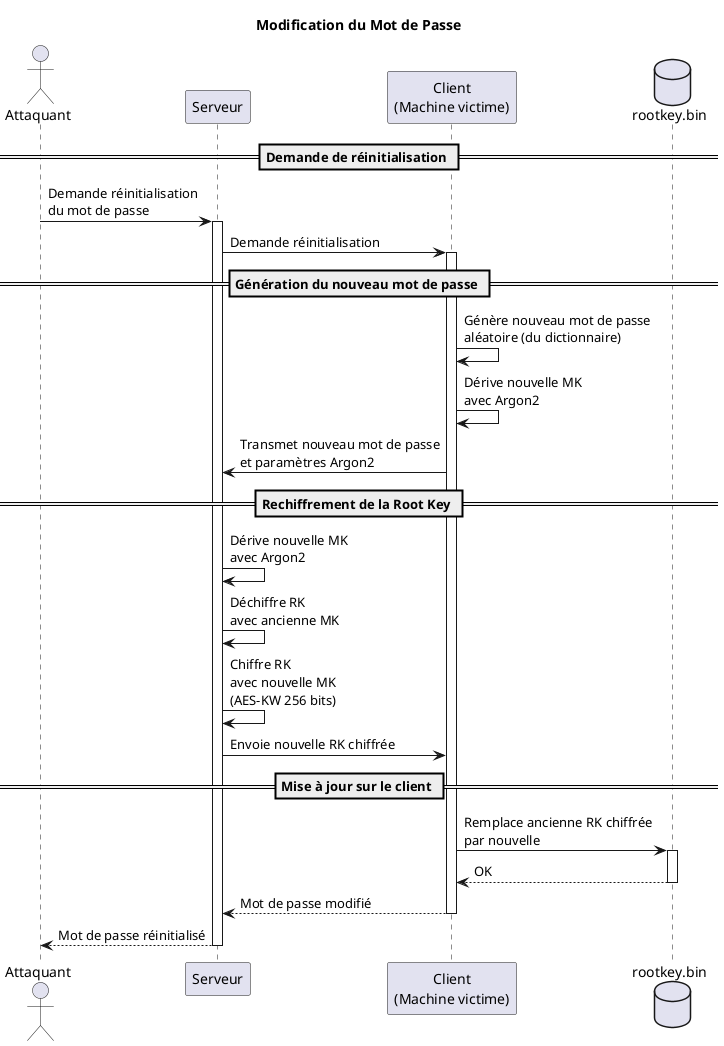
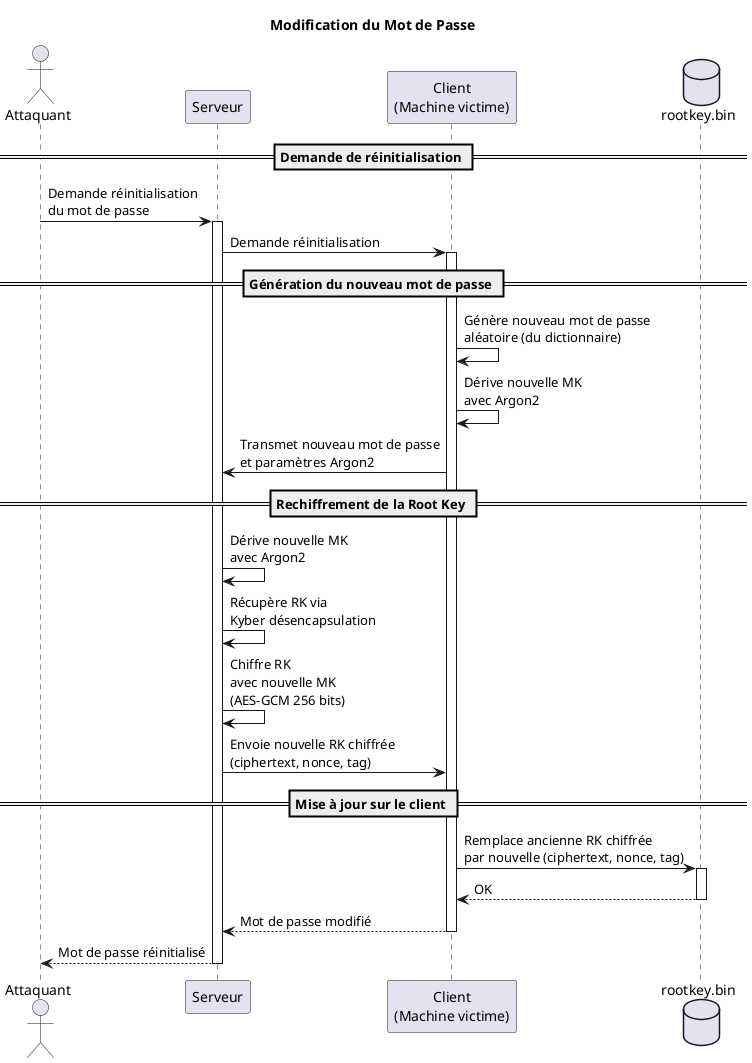
@startuml Ransomware Architecture - Modification du Mot de Passe

title Modification du Mot de Passe

actor Attaquant as attacker
participant "Serveur" as server
participant "Client\n(Machine victime)" as client
database "rootkey.bin" as rootkey

== Demande de réinitialisation ==
attacker -> server: Demande réinitialisation\ndu mot de passe
activate server

server -> client: Demande réinitialisation
activate client

== Génération du nouveau mot de passe ==
client -> client: Génère nouveau mot de passe\naléatoire (du dictionnaire)
client -> client: Dérive nouvelle MK\navec Argon2

client -> server: Transmet nouveau mot de passe\net paramètres Argon2

== Rechiffrement de la Root Key ==
server -> server: Dérive nouvelle MK\navec Argon2
- server -> server: Déchiffre RK\navec ancienne MK
- server -> server: Chiffre RK\navec nouvelle MK\n(AES-KW 256 bits)
+ server -> server: Récupère RK via\nKyber désencapsulation
+ server -> server: Chiffre RK\navec nouvelle MK\n(AES-GCM 256 bits)

- server -> client: Envoie nouvelle RK chiffrée
+ server -> client: Envoie nouvelle RK chiffrée\n(ciphertext, nonce, tag)

== Mise à jour sur le client ==
- client -> rootkey: Remplace ancienne RK chiffrée\npar nouvelle
+ client -> rootkey: Remplace ancienne RK chiffrée\npar nouvelle (ciphertext, nonce, tag)
activate rootkey
rootkey --> client: OK
deactivate rootkey

client --> server: Mot de passe modifié
deactivate client

server --> attacker: Mot de passe réinitialisé
deactivate server

@enduml
